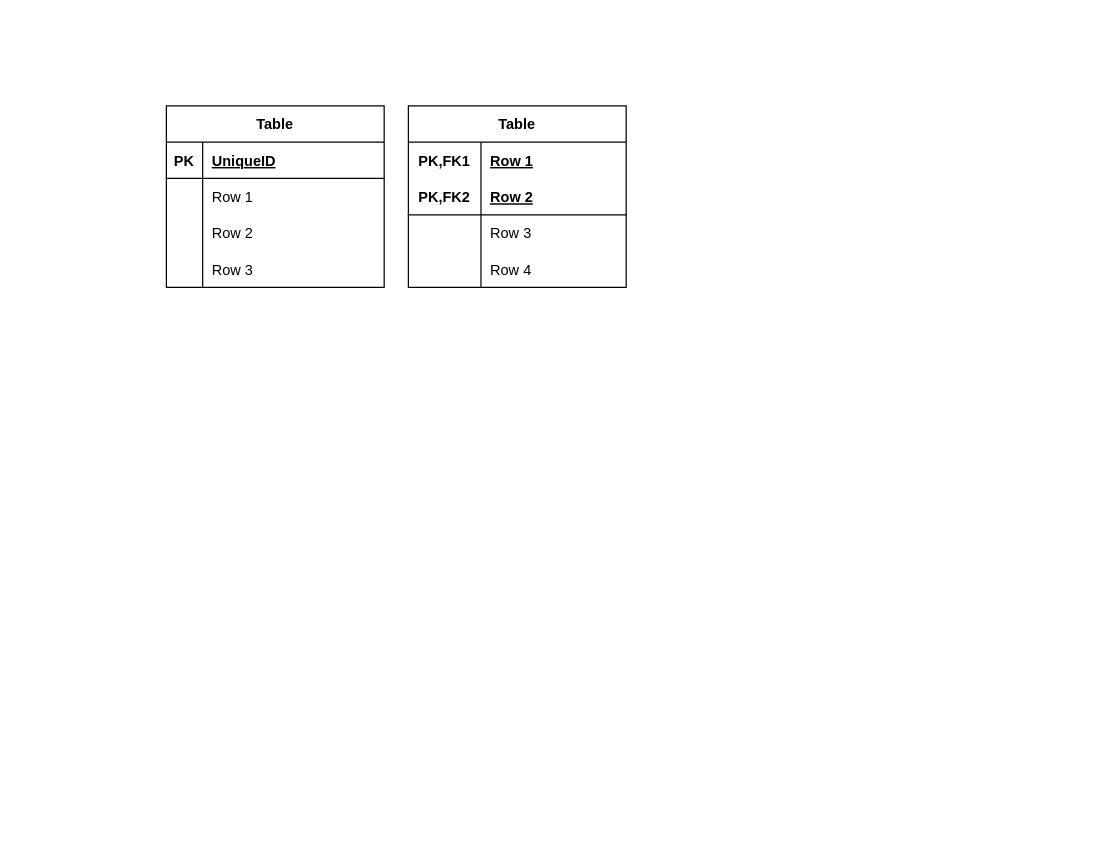
This is page "R Definiciones" (4 of 5) of resources/DatabaseFundamentals.drawio from dobleub/db-projects, a draw.io file, before an edit. Source tidied: cells renumbered, new cells numbered last; positions are measured from the earlier drawing's top-left corner, leaving out a move shared by most shapes. Both pictures are drawn from the tidied source at 121%, with x=0, y=0 at pixel (166, 105).
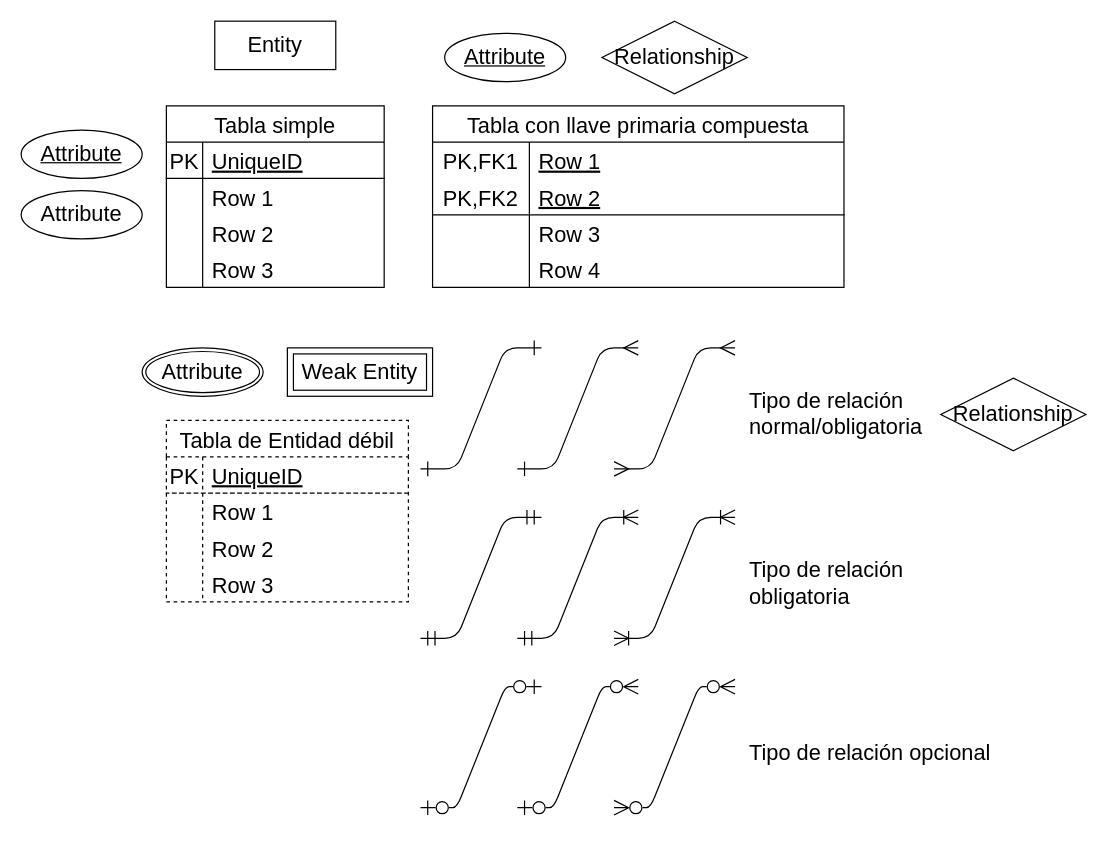
The same page after the edit.

What changed in the source:
```diff
@@
-    <mxCell id="2" value="Table" style="shape=table;startSize=30;childLayout=tableLayout;rowLines=0;fontStyle=1;align=center;" parent="1" vertex="1">
+    <mxCell id="2" value="Tabla simple" style="shape=table;startSize=30;childLayout=tableLayout;rowLines=0;fontStyle=0;align=center;fontSize=18;" parent="1" vertex="1">
       <mxGeometry width="180" height="150" as="geometry" />
     </mxCell>
-    <mxCell id="3" style="shape=tableRow;horizontal=0;startSize=0;swimlaneHead=0;swimlaneBody=0;fillColor=none;top=0;left=0;right=0;bottom=1;" parent="2" vertex="1">
+    <mxCell id="3" style="shape=tableRow;horizontal=0;startSize=0;swimlaneHead=0;swimlaneBody=0;fillColor=none;top=0;left=0;right=0;bottom=1;fontSize=18;fontStyle=0;" parent="2" vertex="1">
       <mxGeometry y="30" width="180" height="30" as="geometry" />
     </mxCell>
-    <mxCell id="4" value="PK" style="shape=partialRectangle;fillColor=none;top=0;left=0;bottom=0;right=0;fontStyle=1;overflow=hidden;" parent="3" vertex="1">
+    <mxCell id="4" value="PK" style="shape=partialRectangle;fillColor=none;top=0;left=0;bottom=0;right=0;fontStyle=0;overflow=hidden;fontSize=18;" parent="3" vertex="1">
       <mxGeometry width="30" height="30" as="geometry" />
     </mxCell>
-    <mxCell id="5" value="UniqueID" style="shape=partialRectangle;fillColor=none;top=0;left=0;bottom=0;right=0;align=left;spacingLeft=6;fontStyle=5;overflow=hidden;" parent="3" vertex="1">
+    <mxCell id="5" value="UniqueID" style="shape=partialRectangle;fillColor=none;top=0;left=0;bottom=0;right=0;align=left;spacingLeft=6;fontStyle=4;overflow=hidden;fontSize=18;" parent="3" vertex="1">
       <mxGeometry x="30" width="150" height="30" as="geometry" />
     </mxCell>
-    <mxCell id="6" style="shape=tableRow;horizontal=0;startSize=0;swimlaneHead=0;swimlaneBody=0;fillColor=none;top=0;left=0;right=0;bottom=0;" parent="2" vertex="1">
+    <mxCell id="6" style="shape=tableRow;horizontal=0;startSize=0;swimlaneHead=0;swimlaneBody=0;fillColor=none;top=0;left=0;right=0;bottom=0;fontSize=18;fontStyle=0;" parent="2" vertex="1">
       <mxGeometry y="60" width="180" height="30" as="geometry" />
     </mxCell>
-    <mxCell id="7" style="shape=partialRectangle;fillColor=none;top=0;left=0;bottom=0;right=0;overflow=hidden;" parent="6" vertex="1">
+    <mxCell id="7" style="shape=partialRectangle;fillColor=none;top=0;left=0;bottom=0;right=0;overflow=hidden;fontSize=18;fontStyle=0;" parent="6" vertex="1">
       <mxGeometry width="30" height="30" as="geometry" />
     </mxCell>
-    <mxCell id="8" value="Row 1" style="shape=partialRectangle;fillColor=none;top=0;left=0;bottom=0;right=0;align=left;spacingLeft=6;overflow=hidden;" parent="6" vertex="1">
+    <mxCell id="8" value="Row 1" style="shape=partialRectangle;fillColor=none;top=0;left=0;bottom=0;right=0;align=left;spacingLeft=6;overflow=hidden;fontSize=18;fontStyle=0;" parent="6" vertex="1">
       <mxGeometry x="30" width="150" height="30" as="geometry" />
     </mxCell>
-    <mxCell id="9" style="shape=tableRow;horizontal=0;startSize=0;swimlaneHead=0;swimlaneBody=0;fillColor=none;top=0;left=0;right=0;bottom=0;" parent="2" vertex="1">
+    <mxCell id="9" style="shape=tableRow;horizontal=0;startSize=0;swimlaneHead=0;swimlaneBody=0;fillColor=none;top=0;left=0;right=0;bottom=0;fontSize=18;fontStyle=0;" parent="2" vertex="1">
       <mxGeometry y="90" width="180" height="30" as="geometry" />
     </mxCell>
-    <mxCell id="10" style="shape=partialRectangle;fillColor=none;top=0;left=0;bottom=0;right=0;overflow=hidden;" parent="9" vertex="1">
+    <mxCell id="10" style="shape=partialRectangle;fillColor=none;top=0;left=0;bottom=0;right=0;overflow=hidden;fontSize=18;fontStyle=0;" parent="9" vertex="1">
       <mxGeometry width="30" height="30" as="geometry" />
     </mxCell>
-    <mxCell id="11" value="Row 2" style="shape=partialRectangle;fillColor=none;top=0;left=0;bottom=0;right=0;align=left;spacingLeft=6;overflow=hidden;" parent="9" vertex="1">
+    <mxCell id="11" value="Row 2" style="shape=partialRectangle;fillColor=none;top=0;left=0;bottom=0;right=0;align=left;spacingLeft=6;overflow=hidden;fontSize=18;fontStyle=0;" parent="9" vertex="1">
       <mxGeometry x="30" width="150" height="30" as="geometry" />
     </mxCell>
-    <mxCell id="12" style="shape=tableRow;horizontal=0;startSize=0;swimlaneHead=0;swimlaneBody=0;fillColor=none;top=0;left=0;right=0;bottom=0;" parent="2" vertex="1">
+    <mxCell id="12" style="shape=tableRow;horizontal=0;startSize=0;swimlaneHead=0;swimlaneBody=0;fillColor=none;top=0;left=0;right=0;bottom=0;fontSize=18;fontStyle=0;" parent="2" vertex="1">
       <mxGeometry y="120" width="180" height="30" as="geometry" />
     </mxCell>
-    <mxCell id="13" style="shape=partialRectangle;fillColor=none;top=0;left=0;bottom=0;right=0;overflow=hidden;" parent="12" vertex="1">
+    <mxCell id="13" style="shape=partialRectangle;fillColor=none;top=0;left=0;bottom=0;right=0;overflow=hidden;fontSize=18;fontStyle=0;" parent="12" vertex="1">
       <mxGeometry width="30" height="30" as="geometry" />
     </mxCell>
-    <mxCell id="14" value="Row 3" style="shape=partialRectangle;fillColor=none;top=0;left=0;bottom=0;right=0;align=left;spacingLeft=6;overflow=hidden;" parent="12" vertex="1">
+    <mxCell id="14" value="Row 3" style="shape=partialRectangle;fillColor=none;top=0;left=0;bottom=0;right=0;align=left;spacingLeft=6;overflow=hidden;fontSize=18;fontStyle=0;" parent="12" vertex="1">
       <mxGeometry x="30" width="150" height="30" as="geometry" />
     </mxCell>
-    <mxCell id="15" value="Table" style="shape=table;startSize=30;childLayout=tableLayout;rowLines=0;fontStyle=1;align=center;fillStyle=auto;gradientColor=none;swimlaneFillColor=none;" parent="1" vertex="1">
-      <mxGeometry x="200" width="180" height="150" as="geometry" />
+    <mxCell id="15" value="Tabla con llave primaria compuesta" style="shape=table;startSize=30;childLayout=tableLayout;rowLines=0;fontStyle=0;align=center;fillStyle=auto;gradientColor=none;swimlaneFillColor=none;fontSize=18;" parent="1" vertex="1">
+      <mxGeometry x="220" width="340" height="150" as="geometry" />
     </mxCell>
-    <mxCell id="16" style="shape=tableRow;horizontal=0;startSize=0;swimlaneHead=0;swimlaneBody=0;fillColor=none;top=0;left=0;right=0;bottom=0;" parent="15" vertex="1">
-      <mxGeometry y="30" width="180" height="30" as="geometry" />
+    <mxCell id="16" style="shape=tableRow;horizontal=0;startSize=0;swimlaneHead=0;swimlaneBody=0;fillColor=none;top=0;left=0;right=0;bottom=0;fontSize=18;fontStyle=0;" parent="15" vertex="1">
+      <mxGeometry y="30" width="340" height="30" as="geometry" />
     </mxCell>
-    <mxCell id="17" value="PK,FK1" style="shape=partialRectangle;fillColor=none;top=0;left=0;bottom=0;right=0;fontStyle=1;overflow=hidden;" parent="16" vertex="1">
-      <mxGeometry width="60" height="30" as="geometry" />
+    <mxCell id="17" value="PK,FK1" style="shape=partialRectangle;fillColor=none;top=0;left=0;bottom=0;right=0;fontStyle=0;overflow=hidden;fontSize=18;" parent="16" vertex="1">
+      <mxGeometry width="80" height="30" as="geometry" />
     </mxCell>
-    <mxCell id="18" value="Row 1" style="shape=partialRectangle;fillColor=none;top=0;left=0;bottom=0;right=0;align=left;spacingLeft=6;fontStyle=5;overflow=hidden;" parent="16" vertex="1">
-      <mxGeometry x="60" width="120" height="30" as="geometry" />
+    <mxCell id="18" value="Row 1" style="shape=partialRectangle;fillColor=none;top=0;left=0;bottom=0;right=0;align=left;spacingLeft=6;fontStyle=4;overflow=hidden;fontSize=18;" parent="16" vertex="1">
+      <mxGeometry x="80" width="260" height="30" as="geometry" />
     </mxCell>
-    <mxCell id="19" style="shape=tableRow;horizontal=0;startSize=0;swimlaneHead=0;swimlaneBody=0;fillColor=none;top=0;left=0;right=0;bottom=1;" parent="15" vertex="1">
-      <mxGeometry y="60" width="180" height="30" as="geometry" />
+    <mxCell id="19" style="shape=tableRow;horizontal=0;startSize=0;swimlaneHead=0;swimlaneBody=0;fillColor=none;top=0;left=0;right=0;bottom=1;fontSize=18;fontStyle=0;" parent="15" vertex="1">
+      <mxGeometry y="60" width="340" height="30" as="geometry" />
     </mxCell>
-    <mxCell id="20" value="PK,FK2" style="shape=partialRectangle;fillColor=none;top=0;left=0;bottom=0;right=0;fontStyle=1;overflow=hidden;" parent="19" vertex="1">
-      <mxGeometry width="60" height="30" as="geometry" />
+    <mxCell id="20" value="PK,FK2" style="shape=partialRectangle;fillColor=none;top=0;left=0;bottom=0;right=0;fontStyle=0;overflow=hidden;fontSize=18;" parent="19" vertex="1">
+      <mxGeometry width="80" height="30" as="geometry" />
     </mxCell>
-    <mxCell id="21" value="Row 2" style="shape=partialRectangle;fillColor=none;top=0;left=0;bottom=0;right=0;align=left;spacingLeft=6;fontStyle=5;overflow=hidden;" parent="19" vertex="1">
-      <mxGeometry x="60" width="120" height="30" as="geometry" />
+    <mxCell id="21" value="Row 2" style="shape=partialRectangle;fillColor=none;top=0;left=0;bottom=0;right=0;align=left;spacingLeft=6;fontStyle=4;overflow=hidden;fontSize=18;" parent="19" vertex="1">
+      <mxGeometry x="80" width="260" height="30" as="geometry" />
     </mxCell>
-    <mxCell id="22" style="shape=tableRow;horizontal=0;startSize=0;swimlaneHead=0;swimlaneBody=0;fillColor=none;top=0;left=0;right=0;bottom=0;" parent="15" vertex="1">
-      <mxGeometry y="90" width="180" height="30" as="geometry" />
+    <mxCell id="22" style="shape=tableRow;horizontal=0;startSize=0;swimlaneHead=0;swimlaneBody=0;fillColor=none;top=0;left=0;right=0;bottom=0;fontSize=18;fontStyle=0;" parent="15" vertex="1">
+      <mxGeometry y="90" width="340" height="30" as="geometry" />
     </mxCell>
-    <mxCell id="23" style="shape=partialRectangle;fillColor=none;top=0;left=0;bottom=0;right=0;overflow=hidden;" parent="22" vertex="1">
-      <mxGeometry width="60" height="30" as="geometry" />
+    <mxCell id="23" style="shape=partialRectangle;fillColor=none;top=0;left=0;bottom=0;right=0;overflow=hidden;fontSize=18;fontStyle=0;" parent="22" vertex="1">
+      <mxGeometry width="80" height="30" as="geometry" />
     </mxCell>
-    <mxCell id="24" value="Row 3" style="shape=partialRectangle;fillColor=none;top=0;left=0;bottom=0;right=0;align=left;spacingLeft=6;overflow=hidden;" parent="22" vertex="1">
-      <mxGeometry x="60" width="120" height="30" as="geometry" />
+    <mxCell id="24" value="Row 3" style="shape=partialRectangle;fillColor=none;top=0;left=0;bottom=0;right=0;align=left;spacingLeft=6;overflow=hidden;fontSize=18;fontStyle=0;" parent="22" vertex="1">
+      <mxGeometry x="80" width="260" height="30" as="geometry" />
     </mxCell>
-    <mxCell id="25" style="shape=tableRow;horizontal=0;startSize=0;swimlaneHead=0;swimlaneBody=0;fillColor=none;top=0;left=0;right=0;bottom=0;" parent="15" vertex="1">
-      <mxGeometry y="120" width="180" height="30" as="geometry" />
+    <mxCell id="25" style="shape=tableRow;horizontal=0;startSize=0;swimlaneHead=0;swimlaneBody=0;fillColor=none;top=0;left=0;right=0;bottom=0;fontSize=18;fontStyle=0;" parent="15" vertex="1">
+      <mxGeometry y="120" width="340" height="30" as="geometry" />
     </mxCell>
-    <mxCell id="26" style="shape=partialRectangle;fillColor=none;top=0;left=0;bottom=0;right=0;overflow=hidden;" parent="25" vertex="1">
-      <mxGeometry width="60" height="30" as="geometry" />
+    <mxCell id="26" style="shape=partialRectangle;fillColor=none;top=0;left=0;bottom=0;right=0;overflow=hidden;fontSize=18;fontStyle=0;" parent="25" vertex="1">
+      <mxGeometry width="80" height="30" as="geometry" />
     </mxCell>
-    <mxCell id="27" value="Row 4" style="shape=partialRectangle;fillColor=none;top=0;left=0;bottom=0;right=0;align=left;spacingLeft=6;overflow=hidden;" parent="25" vertex="1">
-      <mxGeometry x="60" width="120" height="30" as="geometry" />
+    <mxCell id="27" value="Row 4" style="shape=partialRectangle;fillColor=none;top=0;left=0;bottom=0;right=0;align=left;spacingLeft=6;overflow=hidden;fontSize=18;fontStyle=0;" parent="25" vertex="1">
+      <mxGeometry x="80" width="260" height="30" as="geometry" />
     </mxCell>
+    <mxCell id="28" value="Tabla de Entidad débil" style="shape=table;startSize=30;childLayout=tableLayout;rowLines=0;fontStyle=0;align=center;dashed=1;fontSize=18;" parent="1" vertex="1">
+      <mxGeometry y="260" width="200" height="150" as="geometry" />
+    </mxCell>
+    <mxCell id="29" style="shape=tableRow;horizontal=0;startSize=0;swimlaneHead=0;swimlaneBody=0;fillColor=none;top=0;left=0;right=0;bottom=1;dashed=1;fontSize=18;fontStyle=0;" parent="28" vertex="1">
+      <mxGeometry y="30" width="200" height="30" as="geometry" />
+    </mxCell>
+    <mxCell id="30" value="PK" style="shape=partialRectangle;fillColor=none;top=0;left=0;bottom=0;right=0;fontStyle=0;overflow=hidden;dashed=1;fontSize=18;" parent="29" vertex="1">
+      <mxGeometry width="30" height="30" as="geometry" />
+    </mxCell>
+    <mxCell id="31" value="UniqueID" style="shape=partialRectangle;fillColor=none;top=0;left=0;bottom=0;right=0;align=left;spacingLeft=6;fontStyle=4;overflow=hidden;dashed=1;fontSize=18;" parent="29" vertex="1">
+      <mxGeometry x="30" width="170" height="30" as="geometry" />
+    </mxCell>
+    <mxCell id="32" style="shape=tableRow;horizontal=0;startSize=0;swimlaneHead=0;swimlaneBody=0;fillColor=none;top=0;left=0;right=0;bottom=0;dashed=1;fontSize=18;fontStyle=0;" parent="28" vertex="1">
+      <mxGeometry y="60" width="200" height="30" as="geometry" />
+    </mxCell>
+    <mxCell id="33" style="shape=partialRectangle;fillColor=none;top=0;left=0;bottom=0;right=0;overflow=hidden;dashed=1;fontSize=18;fontStyle=0;" parent="32" vertex="1">
+      <mxGeometry width="30" height="30" as="geometry" />
+    </mxCell>
+    <mxCell id="34" value="Row 1" style="shape=partialRectangle;fillColor=none;top=0;left=0;bottom=0;right=0;align=left;spacingLeft=6;overflow=hidden;dashed=1;fontSize=18;fontStyle=0;" parent="32" vertex="1">
+      <mxGeometry x="30" width="170" height="30" as="geometry" />
+    </mxCell>
+    <mxCell id="35" style="shape=tableRow;horizontal=0;startSize=0;swimlaneHead=0;swimlaneBody=0;fillColor=none;top=0;left=0;right=0;bottom=0;dashed=1;fontSize=18;fontStyle=0;" parent="28" vertex="1">
+      <mxGeometry y="90" width="200" height="30" as="geometry" />
+    </mxCell>
+    <mxCell id="36" style="shape=partialRectangle;fillColor=none;top=0;left=0;bottom=0;right=0;overflow=hidden;dashed=1;fontSize=18;fontStyle=0;" parent="35" vertex="1">
+      <mxGeometry width="30" height="30" as="geometry" />
+    </mxCell>
+    <mxCell id="37" value="Row 2" style="shape=partialRectangle;fillColor=none;top=0;left=0;bottom=0;right=0;align=left;spacingLeft=6;overflow=hidden;dashed=1;fontSize=18;fontStyle=0;" parent="35" vertex="1">
+      <mxGeometry x="30" width="170" height="30" as="geometry" />
+    </mxCell>
+    <mxCell id="38" style="shape=tableRow;horizontal=0;startSize=0;swimlaneHead=0;swimlaneBody=0;fillColor=none;top=0;left=0;right=0;bottom=0;dashed=1;fontSize=18;fontStyle=0;" parent="28" vertex="1">
+      <mxGeometry y="120" width="200" height="30" as="geometry" />
+    </mxCell>
+    <mxCell id="39" style="shape=partialRectangle;fillColor=none;top=0;left=0;bottom=0;right=0;overflow=hidden;dashed=1;fontSize=18;fontStyle=0;" parent="38" vertex="1">
+      <mxGeometry width="30" height="30" as="geometry" />
+    </mxCell>
+    <mxCell id="40" value="Row 3" style="shape=partialRectangle;fillColor=none;top=0;left=0;bottom=0;right=0;align=left;spacingLeft=6;overflow=hidden;dashed=1;fontSize=18;fontStyle=0;" parent="38" vertex="1">
+      <mxGeometry x="30" width="170" height="30" as="geometry" />
+    </mxCell>
+    <mxCell id="41" style="edgeStyle=entityRelationEdgeStyle;fontSize=18;html=1;endArrow=ERone;startArrow=ERone;startFill=0;endFill=0;fontStyle=0;endSize=10;startSize=10;" parent="1" edge="1">
+      <mxGeometry relative="1" as="geometry">
+        <mxPoint x="210" y="300" as="sourcePoint" />
+        <mxPoint x="310" y="200" as="targetPoint" />
+      </mxGeometry>
+    </mxCell>
+    <mxCell id="42" style="edgeStyle=entityRelationEdgeStyle;fontSize=18;html=1;endArrow=ERmany;startArrow=ERone;startFill=0;endFill=0;fontStyle=0;endSize=10;startSize=10;" parent="1" edge="1">
+      <mxGeometry relative="1" as="geometry">
+        <mxPoint x="290" y="300" as="sourcePoint" />
+        <mxPoint x="390" y="200" as="targetPoint" />
+      </mxGeometry>
+    </mxCell>
+    <mxCell id="43" style="edgeStyle=entityRelationEdgeStyle;fontSize=18;html=1;endArrow=ERmany;startArrow=ERmany;fontStyle=0;endSize=10;startSize=10;" parent="1" edge="1">
+      <mxGeometry relative="1" as="geometry">
+        <mxPoint x="370" y="300" as="sourcePoint" />
+        <mxPoint x="470" y="200" as="targetPoint" />
+      </mxGeometry>
+    </mxCell>
+    <mxCell id="44" style="edgeStyle=entityRelationEdgeStyle;fontSize=18;html=1;endArrow=ERmandOne;startArrow=ERmandOne;startFill=0;endFill=0;fontStyle=0;endSize=10;startSize=10;" parent="1" edge="1">
+      <mxGeometry relative="1" as="geometry">
+        <mxPoint x="210" y="440" as="sourcePoint" />
+        <mxPoint x="310" y="340" as="targetPoint" />
+      </mxGeometry>
+    </mxCell>
+    <mxCell id="45" style="edgeStyle=entityRelationEdgeStyle;fontSize=18;html=1;endArrow=ERoneToMany;startArrow=ERmandOne;startFill=0;endFill=0;fontStyle=0;endSize=10;startSize=10;" parent="1" edge="1">
+      <mxGeometry relative="1" as="geometry">
+        <mxPoint x="290" y="440" as="sourcePoint" />
+        <mxPoint x="390" y="340" as="targetPoint" />
+      </mxGeometry>
+    </mxCell>
+    <mxCell id="46" style="edgeStyle=entityRelationEdgeStyle;fontSize=18;html=1;endArrow=ERoneToMany;startArrow=ERoneToMany;endFill=0;startFill=0;fontStyle=0;endSize=10;startSize=10;" parent="1" edge="1">
+      <mxGeometry relative="1" as="geometry">
+        <mxPoint x="370" y="440" as="sourcePoint" />
+        <mxPoint x="470" y="340" as="targetPoint" />
+      </mxGeometry>
+    </mxCell>
+    <mxCell id="47" style="edgeStyle=entityRelationEdgeStyle;fontSize=18;html=1;endArrow=ERzeroToOne;startArrow=ERzeroToOne;startFill=0;endFill=0;fontStyle=0;endSize=10;startSize=10;" parent="1" edge="1">
+      <mxGeometry relative="1" as="geometry">
+        <mxPoint x="210" y="580" as="sourcePoint" />
+        <mxPoint x="310" y="480" as="targetPoint" />
+      </mxGeometry>
+    </mxCell>
+    <mxCell id="48" style="edgeStyle=entityRelationEdgeStyle;fontSize=18;html=1;endArrow=ERzeroToMany;startArrow=ERzeroToOne;startFill=0;endFill=0;fontStyle=0;endSize=10;startSize=10;" parent="1" edge="1">
+      <mxGeometry relative="1" as="geometry">
+        <mxPoint x="290" y="580" as="sourcePoint" />
+        <mxPoint x="390" y="480" as="targetPoint" />
+      </mxGeometry>
+    </mxCell>
+    <mxCell id="49" style="edgeStyle=entityRelationEdgeStyle;fontSize=18;html=1;endArrow=ERzeroToMany;startArrow=ERzeroToMany;endFill=0;startFill=0;fontStyle=0;endSize=10;startSize=10;" parent="1" edge="1">
+      <mxGeometry relative="1" as="geometry">
+        <mxPoint x="370" y="580" as="sourcePoint" />
+        <mxPoint x="470" y="480" as="targetPoint" />
+      </mxGeometry>
+    </mxCell>
+    <mxCell id="50" value="Tipo de relación normal/obligatoria" style="text;strokeColor=none;align=left;fillColor=none;html=1;verticalAlign=middle;whiteSpace=wrap;rounded=0;dashed=1;fontSize=18;fontStyle=0;" parent="1" vertex="1">
+      <mxGeometry x="480" y="240" width="210" height="30" as="geometry" />
+    </mxCell>
+    <mxCell id="51" value="Tipo de relación obligatoria" style="text;strokeColor=none;align=left;fillColor=none;html=1;verticalAlign=middle;whiteSpace=wrap;rounded=0;dashed=1;fontSize=18;fontStyle=0;" parent="1" vertex="1">
+      <mxGeometry x="480" y="380" width="210" height="30" as="geometry" />
+    </mxCell>
+    <mxCell id="52" value="Tipo de relación opcional" style="text;strokeColor=none;align=left;fillColor=none;html=1;verticalAlign=middle;whiteSpace=wrap;rounded=0;dashed=1;fontSize=18;fontStyle=0;" parent="1" vertex="1">
+      <mxGeometry x="480" y="520" width="210" height="30" as="geometry" />
+    </mxCell>
+    <mxCell id="53" value="Attribute" style="ellipse;whiteSpace=wrap;html=1;align=center;fontStyle=4;fontSize=18;" parent="1" vertex="1">
+      <mxGeometry x="-120" y="20" width="100" height="40" as="geometry" />
+    </mxCell>
+    <mxCell id="54" value="Attribute" style="ellipse;whiteSpace=wrap;html=1;align=center;fontSize=18;" parent="1" vertex="1">
+      <mxGeometry x="-120" y="70" width="100" height="40" as="geometry" />
+    </mxCell>
+    <mxCell id="55" value="Entity" style="whiteSpace=wrap;html=1;align=center;fontSize=18;" parent="1" vertex="1">
+      <mxGeometry x="40" y="-70" width="100" height="40" as="geometry" />
+    </mxCell>
+    <mxCell id="56" value="Weak Entity" style="shape=ext;margin=3;double=1;whiteSpace=wrap;html=1;align=center;fontSize=18;" parent="1" vertex="1">
+      <mxGeometry x="100" y="200" width="120" height="40" as="geometry" />
+    </mxCell>
+    <mxCell id="57" value="Relationship" style="shape=rhombus;perimeter=rhombusPerimeter;whiteSpace=wrap;html=1;align=center;fontSize=18;" parent="1" vertex="1">
+      <mxGeometry x="640" y="225" width="120" height="60" as="geometry" />
+    </mxCell>
+    <mxCell id="58" value="Attribute" style="ellipse;shape=doubleEllipse;margin=3;whiteSpace=wrap;html=1;align=center;fontSize=18;" parent="1" vertex="1">
+      <mxGeometry x="-20" y="200" width="100" height="40" as="geometry" />
+    </mxCell>
+    <mxCell id="59" value="Relationship" style="shape=rhombus;perimeter=rhombusPerimeter;whiteSpace=wrap;html=1;align=center;fontSize=18;" parent="1" vertex="1">
+      <mxGeometry x="360" y="-70" width="120" height="60" as="geometry" />
+    </mxCell>
+    <mxCell id="60" value="Attribute" style="ellipse;whiteSpace=wrap;html=1;align=center;fontStyle=4;fontSize=18;" parent="1" vertex="1">
+      <mxGeometry x="230" y="-60" width="100" height="40" as="geometry" />
+    </mxCell>
```
